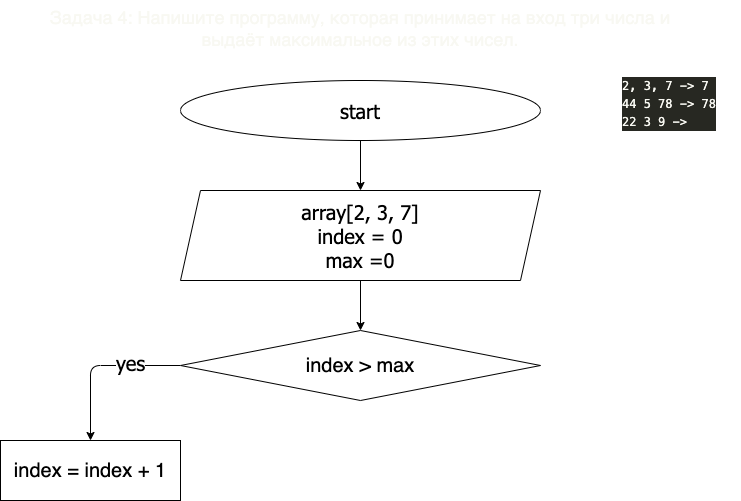
Before: homework/task004/diagram.drawio.png, a diagram exported from draw.io (SergeyION/homework). Source tidied: cells renumbered, new cells last; positions are measured from the earlier drawing's top-left corner, leaving out a move shared by most shapes.
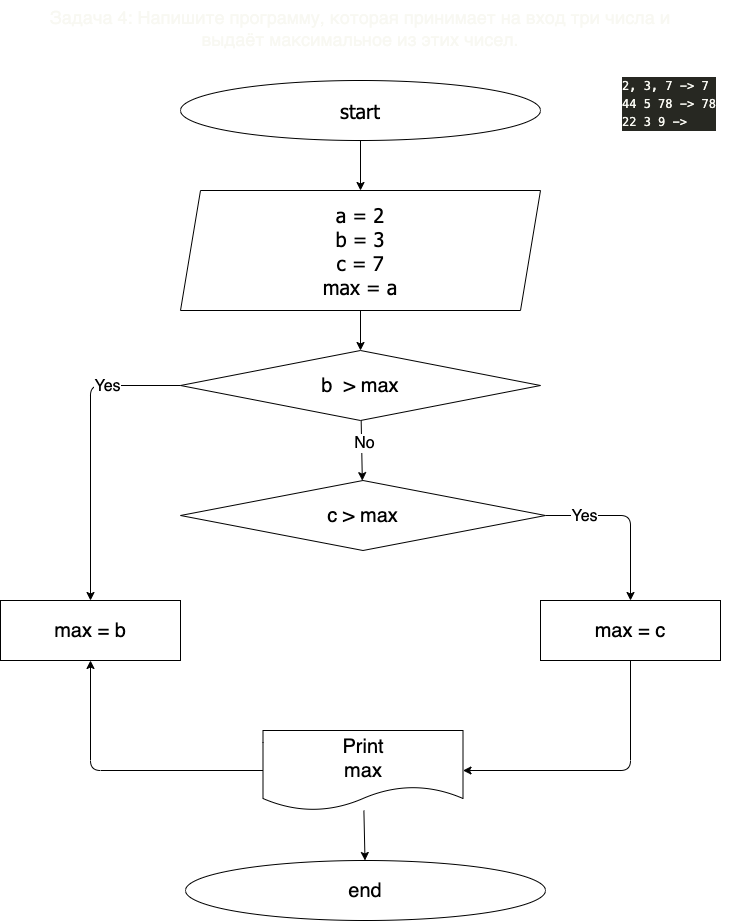
The same diagram one commit later.

Commit message:
Решение задачи 4 с диаграммой

What changed in the source:
```diff
@@ -17,26 +17,69 @@
     <mxCell id="6" style="edgeStyle=none;html=1;" parent="1" edge="1" source="7" target="10">
       <mxGeometry relative="1" as="geometry" />
     </mxCell>
-    <mxCell id="7" value="array[2, 3, 7]&lt;br&gt;index = 0&lt;br&gt;max =0" style="shape=parallelogram;perimeter=parallelogramPerimeter;whiteSpace=wrap;html=1;fixedSize=1;fontSize=20;fontFamily=Tahoma;" parent="1" vertex="1">
-      <mxGeometry x="180" y="190" width="360" height="90" as="geometry" />
+    <mxCell id="7" value="a = 2&lt;br&gt;b = 3&lt;br&gt;c = 7&lt;br&gt;max = a" style="shape=parallelogram;perimeter=parallelogramPerimeter;whiteSpace=wrap;html=1;fixedSize=1;fontSize=20;fontFamily=Tahoma;" parent="1" vertex="1">
+      <mxGeometry x="180" y="190" width="360" height="120" as="geometry" />
     </mxCell>
-    <mxCell id="8" style="edgeStyle=none;html=1;fontFamily=Tahoma;fontSize=20;exitX=0;exitY=0.5;exitDx=0;exitDy=0;entryX=0.5;entryY=0;entryDx=0;entryDy=0;" parent="1" edge="1" source="10" target="11">
-      <mxGeometry relative="1" as="geometry">
-        <Array as="points">
-          <mxPoint x="90" y="365" />
-        </Array>
-      </mxGeometry>
-    </mxCell>
-    <mxCell id="9" value="yes" style="edgeLabel;html=1;align=center;verticalAlign=middle;fontSize=20;fontFamily=Tahoma;" parent="8" vertex="1">
-      <mxGeometry x="-0.38" y="4" relative="1" as="geometry">
-        <mxPoint y="-8" as="offset" />
-      </mxGeometry>
-    </mxCell>
+    <mxCell id="12" style="edgeStyle=none;html=1;fontSize=16;" parent="1" edge="1" source="10" target="17">
+      <mxGeometry relative="1" as="geometry" />
+    </mxCell>
+    <mxCell id="13" value="No" style="edgeLabel;html=1;align=center;verticalAlign=middle;fontSize=16;" parent="12" vertex="1">
+      <mxGeometry x="-0.23" y="2" relative="1" as="geometry" />
+    </mxCell>
-    <mxCell id="10" value="index &amp;gt; max" style="rhombus;whiteSpace=wrap;html=1;fontSize=20;" parent="1" vertex="1">
-      <mxGeometry x="180" y="330" width="360" height="70" as="geometry" />
+    <mxCell id="10" value="b&amp;nbsp; &amp;gt; max" style="rhombus;whiteSpace=wrap;html=1;fontSize=20;" parent="1" vertex="1">
+      <mxGeometry x="180" y="350" width="360" height="70" as="geometry" />
     </mxCell>
-    <mxCell id="11" value="index = index + 1" style="whiteSpace=wrap;html=1;fontSize=20;" parent="1" vertex="1">
-      <mxGeometry y="440" width="180" height="60" as="geometry" />
+    <mxCell id="11" value="max = b" style="whiteSpace=wrap;html=1;fontSize=20;" parent="1" vertex="1">
+      <mxGeometry y="600" width="180" height="60" as="geometry" />
     </mxCell>
+    <mxCell id="9" style="endArrow=classic;html=1;entryX=0.5;entryY=0;entryDx=0;entryDy=0;exitX=0;exitY=0.5;exitDx=0;exitDy=0;" parent="1" edge="1" source="10" target="11">
+      <mxGeometry relative="1" as="geometry">
+        <Array as="points">
+          <mxPoint x="90" y="385" />
+        </Array>
+      </mxGeometry>
+    </mxCell>
+    <mxCell id="14" value="Yes" style="edgeLabel;html=1;align=center;verticalAlign=middle;fontSize=16;" parent="9" vertex="1">
+      <mxGeometry x="-0.52" relative="1" as="geometry" />
+    </mxCell>
+    <mxCell id="15" style="edgeStyle=none;html=1;fontSize=16;exitX=1;exitY=0.5;exitDx=0;exitDy=0;entryX=0.5;entryY=0;entryDx=0;entryDy=0;" parent="1" edge="1" source="17" target="19">
+      <mxGeometry relative="1" as="geometry">
+        <Array as="points">
+          <mxPoint x="630" y="515" />
+        </Array>
+      </mxGeometry>
+    </mxCell>
+    <mxCell id="16" value="Yes" style="edgeLabel;html=1;align=center;verticalAlign=middle;fontSize=16;" parent="15" vertex="1">
+      <mxGeometry x="-0.55" relative="1" as="geometry" />
+    </mxCell>
+    <mxCell id="17" value="c &amp;gt; max" style="rhombus;whiteSpace=wrap;html=1;fontSize=20;" parent="1" vertex="1">
+      <mxGeometry x="180" y="480" width="365" height="70" as="geometry" />
+    </mxCell>
+    <mxCell id="18" style="edgeStyle=none;html=1;fontSize=16;entryX=1;entryY=0.5;entryDx=0;entryDy=0;exitX=0.5;exitY=1;exitDx=0;exitDy=0;" parent="1" edge="1" source="19" target="21">
+      <mxGeometry relative="1" as="geometry">
+        <Array as="points">
+          <mxPoint x="630" y="770" />
+        </Array>
+      </mxGeometry>
+    </mxCell>
+    <mxCell id="19" value="max = c" style="whiteSpace=wrap;html=1;fontSize=20;" parent="1" vertex="1">
+      <mxGeometry x="540" y="600" width="180" height="60" as="geometry" />
+    </mxCell>
+    <mxCell id="20" style="edgeStyle=none;html=1;fontSize=16;" parent="1" edge="1" source="21" target="23">
+      <mxGeometry relative="1" as="geometry" />
+    </mxCell>
+    <mxCell id="21" value="Print&lt;br&gt;max" style="shape=document;whiteSpace=wrap;html=1;boundedLbl=1;fontSize=20;" parent="1" vertex="1">
+      <mxGeometry x="262.5" y="730" width="200" height="80" as="geometry" />
+    </mxCell>
+    <mxCell id="22" style="endArrow=classic;html=1;fontSize=16;entryX=0.5;entryY=1;entryDx=0;entryDy=0;exitX=0;exitY=0.5;exitDx=0;exitDy=0;" parent="1" edge="1" source="21" target="11">
+      <mxGeometry relative="1" as="geometry">
+        <Array as="points">
+          <mxPoint x="90" y="770" />
+        </Array>
+      </mxGeometry>
+    </mxCell>
+    <mxCell id="23" value="end" style="ellipse;whiteSpace=wrap;html=1;fontSize=20;" parent="1" vertex="1">
+      <mxGeometry x="185" y="860" width="360" height="60" as="geometry" />
+    </mxCell>
   </root>
 </mxGraphModel>
```
